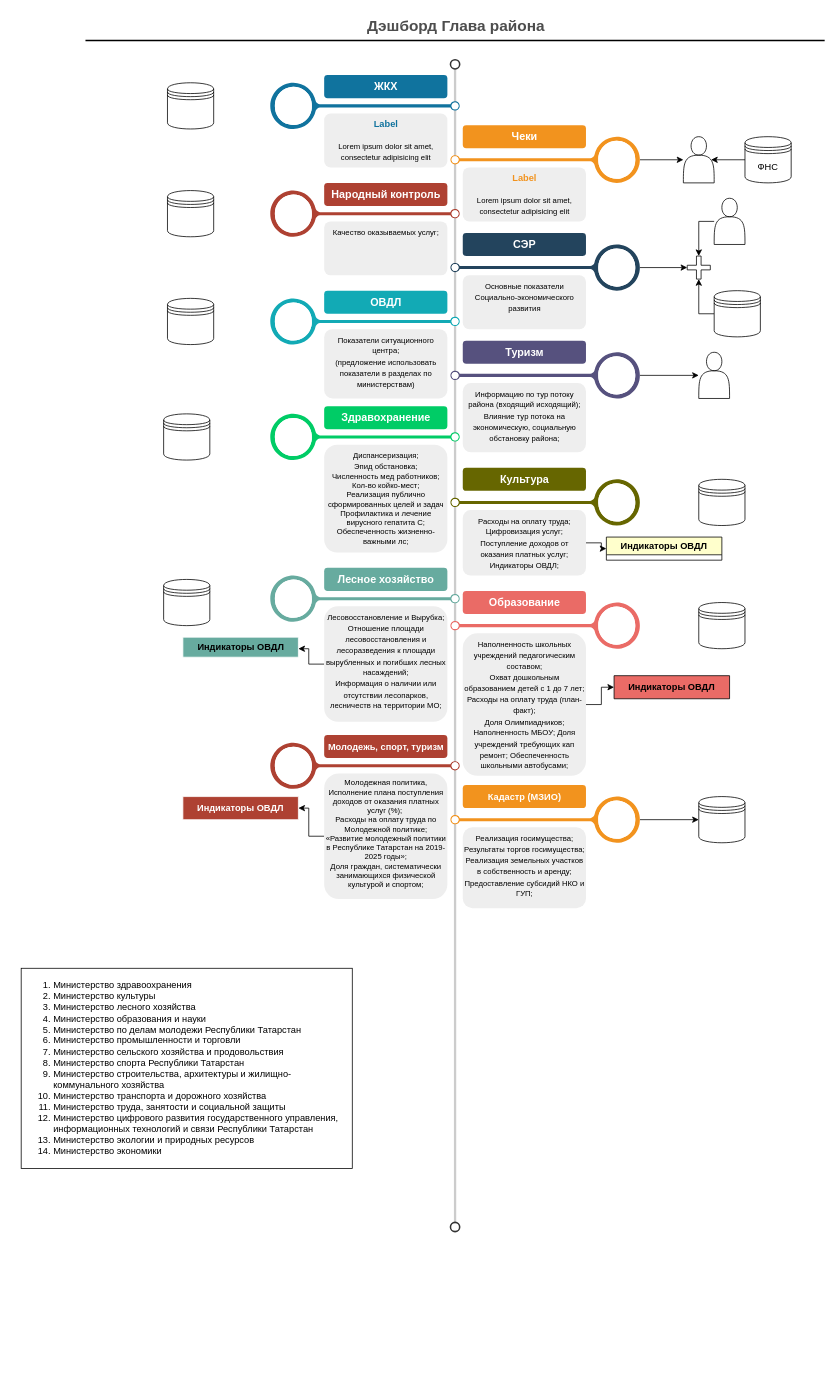
Earlier version of the draw.io diagram Диаграмма без названия.drawio (Esemenov85/dashboard). Source tidied: cells renumbered, new cells numbered last; positions are measured from the earlier drawing's top-left corner, leaving out a move shared by most shapes. Both pictures are drawn from the tidied source at 77%, with x=0, y=0 at pixel (21, 13).
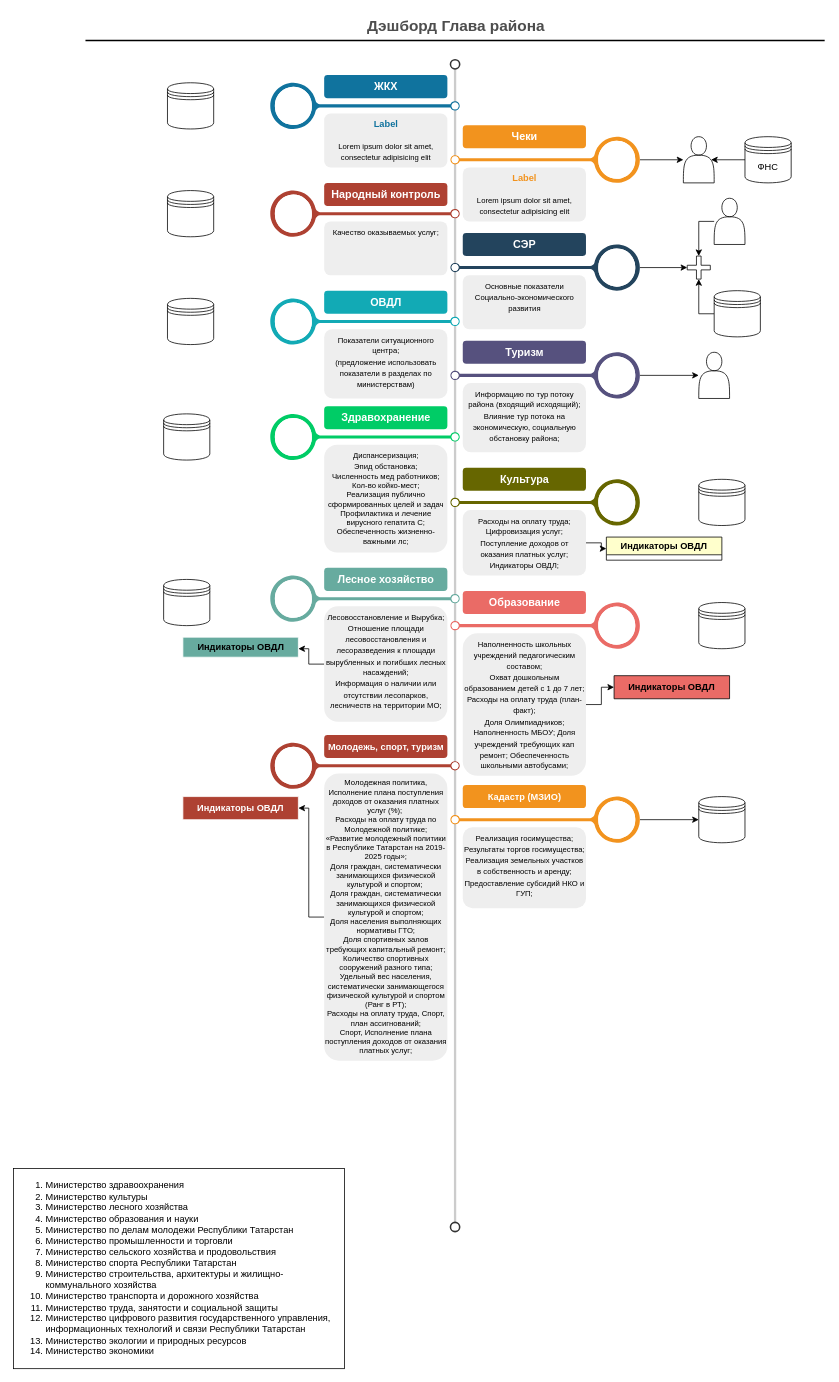
The same page after the edit.

What changed in the source:
```diff
@@
     <mxCell id="48" value="&lt;div&gt;&lt;ol&gt;&lt;li&gt;Министерство здравоохранения&lt;/li&gt;&lt;li&gt;Министерство культуры&lt;/li&gt;&lt;li&gt;Министерство лесного хозяйства&lt;/li&gt;&lt;li&gt;Министерство образования и науки&lt;/li&gt;&lt;li&gt;Министерство по делам молодежи Республики Татарстан&lt;/li&gt;&lt;li&gt;Министерство промышленности и торговли&lt;/li&gt;&lt;li&gt;Министерство сельского хозяйства и продовольствия&lt;/li&gt;&lt;li&gt;Министерство спорта Республики Татарстан&lt;/li&gt;&lt;li&gt;Министерство строительства, архитектуры и жилищно-коммунального хозяйства&lt;/li&gt;&lt;li&gt;Министерство транспорта и дорожного хозяйства&lt;/li&gt;&lt;li&gt;Министерство труда, занятости и социальной защиты&lt;/li&gt;&lt;li&gt;Министерство цифрового развития государственного управления, информационных технологий и связи Республики Татарстан&lt;/li&gt;&lt;li&gt;Министерство экологии и природных ресурсов&lt;/li&gt;&lt;li&gt;Министерство экономики&lt;/li&gt;&lt;/ol&gt;&lt;/div&gt;" style="whiteSpace=wrap;html=1;align=left;newEdgeStyle={&quot;edgeStyle&quot;:&quot;elbowEdgeStyle&quot;,&quot;startArrow&quot;:&quot;none&quot;,&quot;endArrow&quot;:&quot;none&quot;};" parent="1" vertex="1">
-      <mxGeometry y="1240" width="430" height="260" as="geometry" />
+      <mxGeometry x="-10" y="1500" width="430" height="260" as="geometry" />
     </mxCell>
@@
-    <mxCell id="71" value="&lt;font style=&quot;&quot;&gt;&lt;font style=&quot;&quot; size=&quot;1&quot;&gt;&lt;div style=&quot;font-size: 10px;&quot;&gt;&lt;span style=&quot;background-color: initial;&quot;&gt;Молодежная политика, Исполнение плана поступления доходов от оказания платных услуг (%);&amp;nbsp;&lt;/span&gt;&lt;/div&gt;&lt;div style=&quot;&quot;&gt;&lt;span style=&quot;background-color: initial;&quot;&gt;Расходы на оплату труда по Молодежной политике;&lt;br&gt;«Развитие молодежный политики в Республике Татарстан на 2019-2025 годы»;&lt;br&gt;&lt;/span&gt;&lt;/div&gt;&lt;div style=&quot;&quot;&gt;&lt;span style=&quot;background-color: initial;&quot;&gt;&lt;div&gt;Доля граждан, систематически занимающихся физической культурой и спортом;&lt;/div&gt;&lt;/span&gt;&lt;/div&gt;&lt;/font&gt;&lt;/font&gt;" style="rounded=1;strokeColor=none;fillColor=#EEEEEE;align=center;arcSize=12;verticalAlign=top;whiteSpace=wrap;html=1;fontSize=12;" parent="1" vertex="1">
-      <mxGeometry x="393.5" y="987" width="160" height="163" as="geometry" />
+    <mxCell id="71" value="&lt;font style=&quot;&quot;&gt;&lt;font style=&quot;&quot; size=&quot;1&quot;&gt;&lt;div style=&quot;font-size: 10px;&quot;&gt;&lt;span style=&quot;background-color: initial;&quot;&gt;Молодежная политика, Исполнение плана поступления доходов от оказания платных услуг (%);&amp;nbsp;&lt;/span&gt;&lt;/div&gt;&lt;div style=&quot;&quot;&gt;&lt;span style=&quot;background-color: initial;&quot;&gt;Расходы на оплату труда по Молодежной политике;&lt;br&gt;«Развитие молодежный политики в Республике Татарстан на 2019-2025 годы»;&lt;br&gt;&lt;/span&gt;&lt;/div&gt;&lt;div style=&quot;&quot;&gt;&lt;span style=&quot;background-color: initial;&quot;&gt;&lt;div&gt;Доля граждан, систематически занимающихся физической культурой и спортом;&amp;nbsp;&lt;br&gt;Доля граждан, систематически занимающихся физической культурой и спортом;&lt;br&gt;Доля населения выполняющих нормативы ГТО;&lt;br&gt;Доля спортивных залов требующих капитальный ремонт;&lt;br&gt;Количество спортивных сооружений разного типа;&lt;br&gt;Удельный вес населения, систематически занимающегося физической культурой и спортом (Ранг в РТ);&lt;br&gt;Расходы на оплату труда, Спорт, план ассигнований;&lt;br&gt;Спорт, Исполнение плана поступления доходов от оказания платных услуг;&lt;br&gt;&lt;/div&gt;&lt;/span&gt;&lt;/div&gt;&lt;/font&gt;&lt;/font&gt;" style="rounded=1;strokeColor=none;fillColor=#EEEEEE;align=center;arcSize=12;verticalAlign=top;whiteSpace=wrap;html=1;fontSize=12;" parent="1" vertex="1">
+      <mxGeometry x="393.5" y="987" width="160" height="373" as="geometry" />
     </mxCell>
```
